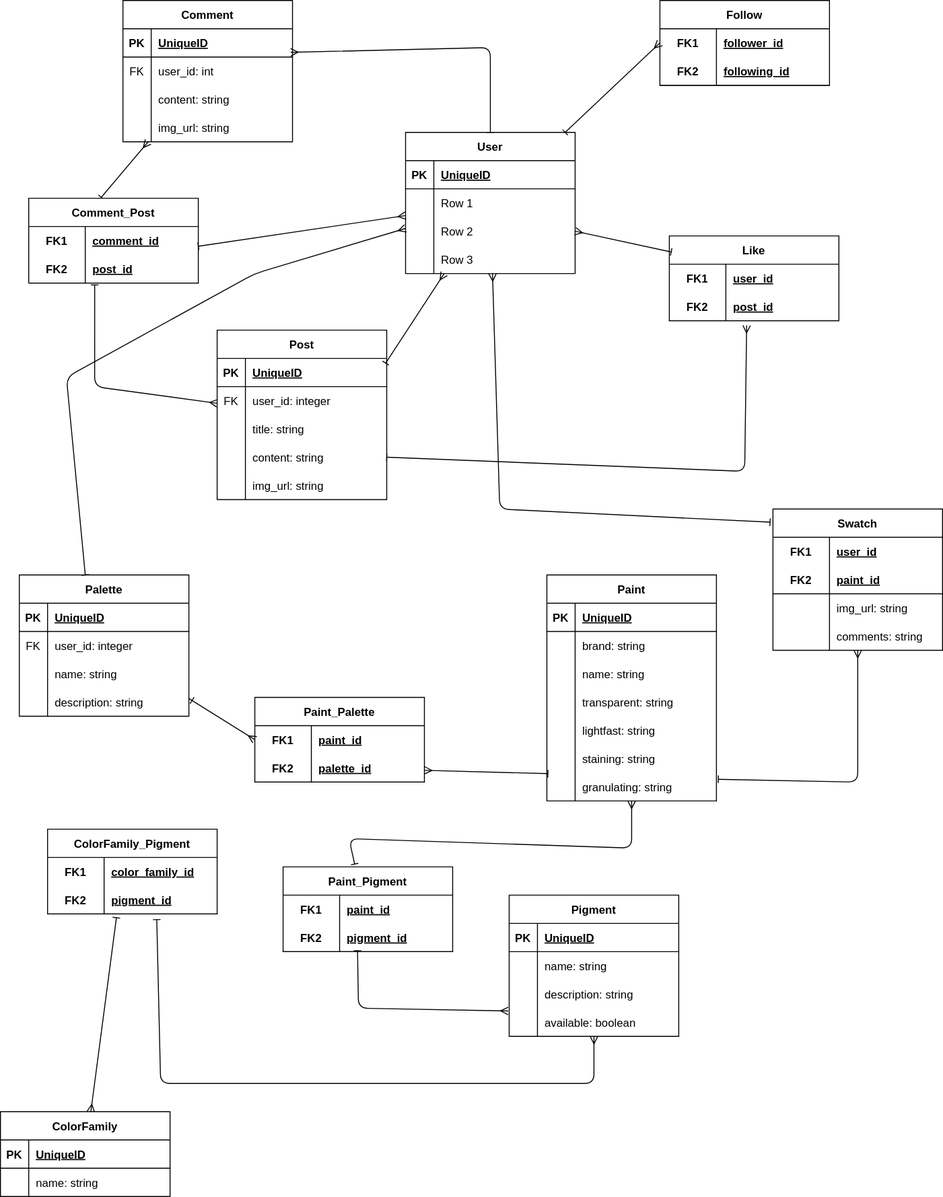
LeelooMina/pigment-api keeps this draw.io diagram as pigments.drawio.svg. Above is the earlier version. Source tidied: cells renumbered, new cells last; positions are measured from the earlier drawing's top-left corner, leaving out a move shared by most shapes.
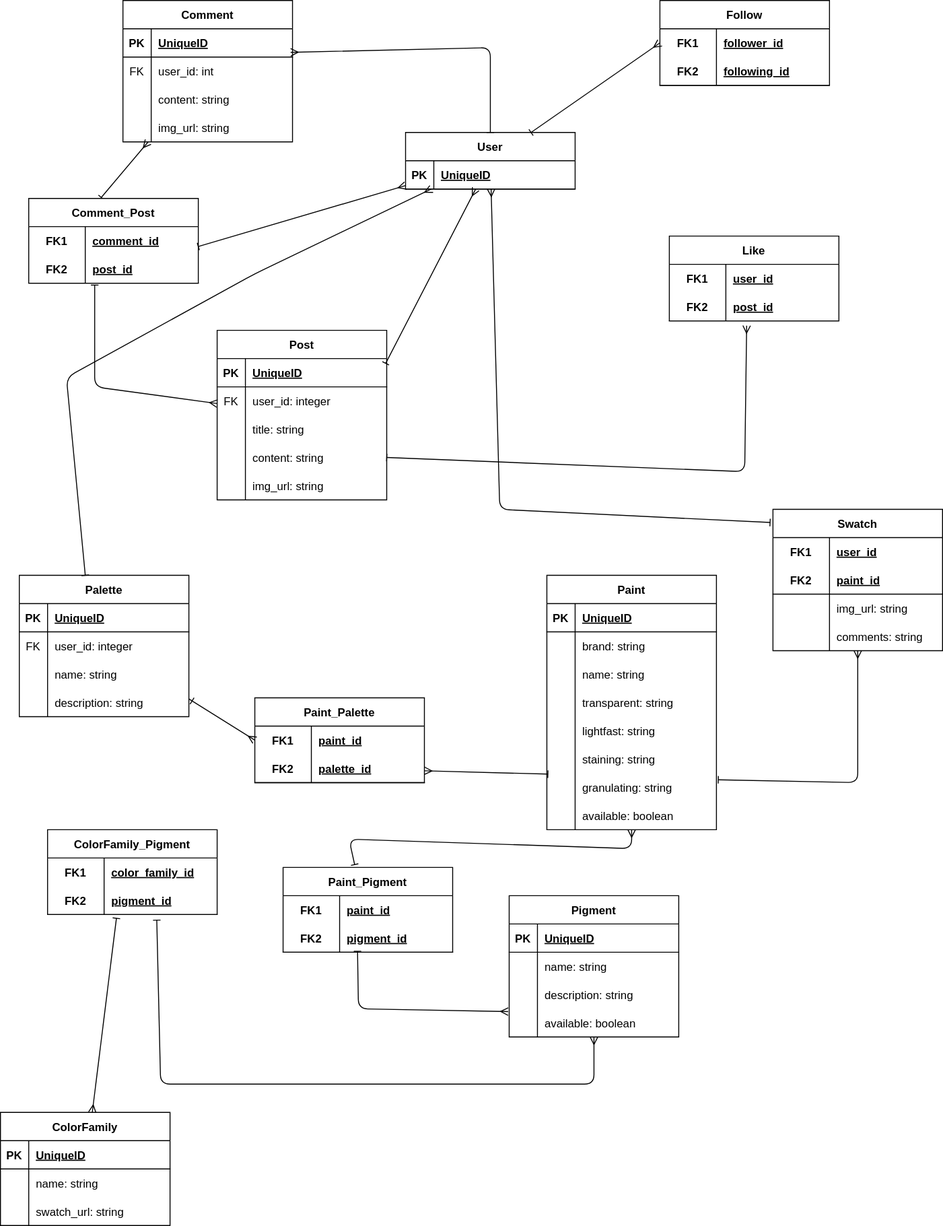
After the commit.

Diff of the diagram source:
```diff
@@ -174,7 +174,7 @@
       </mxGeometry>
     </mxCell>
     <mxCell id="53" value="Paint" style="shape=table;startSize=30;rowLines=0;fontStyle=1;align=center;" parent="1" vertex="1">
-      <mxGeometry x="580" y="610" width="180" height="240" as="geometry" />
+      <mxGeometry x="580" y="610" width="180" height="270" as="geometry" />
     </mxCell>
     <mxCell id="54" style="shape=tableRow;horizontal=0;startSize=0;swimlaneHead=0;swimlaneBody=0;fillColor=none;top=0;left=0;right=0;bottom=1;" parent="53" vertex="1">
       <mxGeometry y="30" width="180" height="30" as="geometry" />
@@ -239,6 +239,15 @@
     <mxCell id="74" value="granulating: string" style="shape=partialRectangle;fillColor=none;top=0;left=0;bottom=0;right=0;align=left;spacingLeft=6;overflow=hidden;" parent="72" vertex="1">
       <mxGeometry x="30" width="150" height="30" as="geometry" />
     </mxCell>
+    <mxCell id="171" style="shape=tableRow;horizontal=0;startSize=0;swimlaneHead=0;swimlaneBody=0;fillColor=none;top=0;left=0;right=0;bottom=0;" parent="53" vertex="1">
+      <mxGeometry y="240" width="180" height="30" as="geometry" />
+    </mxCell>
+    <mxCell id="172" style="shape=partialRectangle;fillColor=none;top=0;left=0;bottom=0;right=0;overflow=hidden;" parent="171" vertex="1">
+      <mxGeometry width="30" height="30" as="geometry" />
+    </mxCell>
+    <mxCell id="173" value="available: boolean" style="shape=partialRectangle;fillColor=none;top=0;left=0;bottom=0;right=0;align=left;spacingLeft=6;overflow=hidden;" parent="171" vertex="1">
+      <mxGeometry x="30" width="150" height="30" as="geometry" />
+    </mxCell>
     <mxCell id="75" value="Paint_Pigment" style="shape=table;startSize=30;rowLines=0;fontStyle=1;align=center;" parent="1" vertex="1">
       <mxGeometry x="300" y="920" width="180" height="90" as="geometry" />
     </mxCell>
@@ -264,7 +273,7 @@
       <mxGeometry relative="1" as="geometry" />
     </mxCell>
     <mxCell id="83" value="ColorFamily" style="shape=table;startSize=30;rowLines=0;fontStyle=1;align=center;" parent="1" vertex="1">
-      <mxGeometry y="1180" width="180" height="90" as="geometry" />
+      <mxGeometry y="1180" width="180" height="120" as="geometry" />
     </mxCell>
     <mxCell id="84" style="shape=tableRow;horizontal=0;startSize=0;swimlaneHead=0;swimlaneBody=0;fillColor=none;top=0;left=0;right=0;bottom=1;" parent="83" vertex="1">
       <mxGeometry y="30" width="180" height="30" as="geometry" />
@@ -284,6 +293,15 @@
     <mxCell id="89" value="name: string" style="shape=partialRectangle;fillColor=none;top=0;left=0;bottom=0;right=0;align=left;spacingLeft=6;overflow=hidden;" parent="87" vertex="1">
       <mxGeometry x="30" width="150" height="30" as="geometry" />
     </mxCell>
+    <mxCell id="108" style="shape=tableRow;horizontal=0;startSize=0;swimlaneHead=0;swimlaneBody=0;fillColor=none;points=[[0,0.5],[1,0.5]];portConstraint=eastwest;top=0;left=0;right=0;bottom=0;" parent="83" vertex="1">
+      <mxGeometry y="90" width="180" height="30" as="geometry" />
+    </mxCell>
+    <mxCell id="174" style="shape=partialRectangle;fillColor=none;top=0;left=0;bottom=0;right=0;overflow=hidden;" parent="108" vertex="1">
+      <mxGeometry width="30" height="30" as="geometry" />
+    </mxCell>
+    <mxCell id="175" value="swatch_url: string" style="shape=partialRectangle;fillColor=none;top=0;left=0;bottom=0;right=0;align=left;spacingLeft=6;overflow=hidden;" parent="108" vertex="1">
+      <mxGeometry x="30" width="150" height="30" as="geometry" />
+    </mxCell>
     <mxCell id="90" value="ColorFamily_Pigment" style="shape=table;startSize=30;rowLines=0;fontStyle=1;align=center;" parent="1" vertex="1">
       <mxGeometry x="50" y="880" width="180" height="90" as="geometry" />
     </mxCell>
@@ -327,7 +345,7 @@
       </mxGeometry>
     </mxCell>
     <mxCell id="101" value="User" style="shape=table;startSize=30;rowLines=0;fontStyle=1;align=center;" parent="1" vertex="1">
-      <mxGeometry x="430" y="140" width="180" height="150" as="geometry" />
+      <mxGeometry x="430" y="140" width="180" height="60" as="geometry" />
     </mxCell>
     <mxCell id="102" style="shape=tableRow;horizontal=0;startSize=0;swimlaneHead=0;swimlaneBody=0;fillColor=none;top=0;left=0;right=0;bottom=1;" parent="101" vertex="1">
       <mxGeometry y="30" width="180" height="30" as="geometry" />
@@ -338,33 +356,6 @@
     <mxCell id="104" value="UniqueID" style="shape=partialRectangle;fillColor=none;top=0;left=0;bottom=0;right=0;align=left;spacingLeft=6;fontStyle=5;overflow=hidden;" parent="102" vertex="1">
       <mxGeometry x="30" width="150" height="30" as="geometry" />
     </mxCell>
-    <mxCell id="105" style="shape=tableRow;horizontal=0;startSize=0;swimlaneHead=0;swimlaneBody=0;fillColor=none;top=0;left=0;right=0;bottom=0;" parent="101" vertex="1">
-      <mxGeometry y="60" width="180" height="30" as="geometry" />
-    </mxCell>
-    <mxCell id="106" style="shape=partialRectangle;fillColor=none;top=0;left=0;bottom=0;right=0;overflow=hidden;" parent="105" vertex="1">
-      <mxGeometry width="30" height="30" as="geometry" />
-    </mxCell>
-    <mxCell id="107" value="Row 1" style="shape=partialRectangle;fillColor=none;top=0;left=0;bottom=0;right=0;align=left;spacingLeft=6;overflow=hidden;" parent="105" vertex="1">
-      <mxGeometry x="30" width="150" height="30" as="geometry" />
-    </mxCell>
-    <mxCell id="108" style="shape=tableRow;horizontal=0;startSize=0;swimlaneHead=0;swimlaneBody=0;fillColor=none;points=[[0,0.5],[1,0.5]];portConstraint=eastwest;top=0;left=0;right=0;bottom=0;" parent="101" vertex="1">
-      <mxGeometry y="90" width="180" height="30" as="geometry" />
-    </mxCell>
-    <mxCell id="109" style="shape=partialRectangle;fillColor=none;top=0;left=0;bottom=0;right=0;overflow=hidden;" parent="108" vertex="1">
-      <mxGeometry width="30" height="30" as="geometry" />
-    </mxCell>
-    <mxCell id="110" value="Row 2" style="shape=partialRectangle;fillColor=none;top=0;left=0;bottom=0;right=0;align=left;spacingLeft=6;overflow=hidden;" parent="108" vertex="1">
-      <mxGeometry x="30" width="150" height="30" as="geometry" />
-    </mxCell>
-    <mxCell id="111" style="shape=tableRow;horizontal=0;startSize=0;swimlaneHead=0;swimlaneBody=0;fillColor=none;top=0;left=0;right=0;bottom=0;" parent="101" vertex="1">
-      <mxGeometry y="120" width="180" height="30" as="geometry" />
-    </mxCell>
-    <mxCell id="112" style="shape=partialRectangle;fillColor=none;top=0;left=0;bottom=0;right=0;overflow=hidden;" parent="111" vertex="1">
-      <mxGeometry width="30" height="30" as="geometry" />
-    </mxCell>
-    <mxCell id="113" value="Row 3" style="shape=partialRectangle;fillColor=none;top=0;left=0;bottom=0;right=0;align=left;spacingLeft=6;overflow=hidden;" parent="111" vertex="1">
-      <mxGeometry x="30" width="150" height="30" as="geometry" />
-    </mxCell>
     <mxCell id="114" style="edgeStyle=none;html=1;entryX=0.5;entryY=0;entryDx=0;entryDy=0;startArrow=ERmany;startFill=0;endArrow=baseDash;endFill=0;exitX=0.989;exitY=0.833;exitDx=0;exitDy=0;exitPerimeter=0;" parent="1" edge="1" source="117" target="101">
       <mxGeometry relative="1" as="geometry">
         <Array as="points">
@@ -514,7 +505,7 @@
     <mxCell id="160" value="img_url: string" style="shape=partialRectangle;fillColor=none;top=0;left=0;bottom=0;right=0;align=left;spacingLeft=6;overflow=hidden;" parent="158" vertex="1">
       <mxGeometry x="30" width="150" height="30" as="geometry" />
     </mxCell>
-    <mxCell id="161" style="edgeStyle=none;html=1;exitX=1;exitY=0.5;exitDx=0;exitDy=0;entryX=0.011;entryY=0.189;entryDx=0;entryDy=0;entryPerimeter=0;startArrow=ERmany;startFill=0;endArrow=baseDash;endFill=0;" parent="1" edge="1" source="108" target="129">
+    <mxCell id="161" style="edgeStyle=none;html=1;exitX=1;exitY=0.5;exitDx=0;exitDy=0;entryX=0.011;entryY=0.189;entryDx=0;entryDy=0;entryPerimeter=0;startArrow=ERmany;startFill=0;endArrow=baseDash;endFill=0;" parent="1" edge="1" target="129">
       <mxGeometry relative="1" as="geometry" />
     </mxCell>
     <mxCell id="162" style="edgeStyle=none;html=1;entryX=1;entryY=0.5;entryDx=0;entryDy=0;startArrow=ERmany;startFill=0;endArrow=baseDash;endFill=0;exitX=0.456;exitY=1.167;exitDx=0;exitDy=0;exitPerimeter=0;" parent="1" edge="1" source="133" target="155">
```
